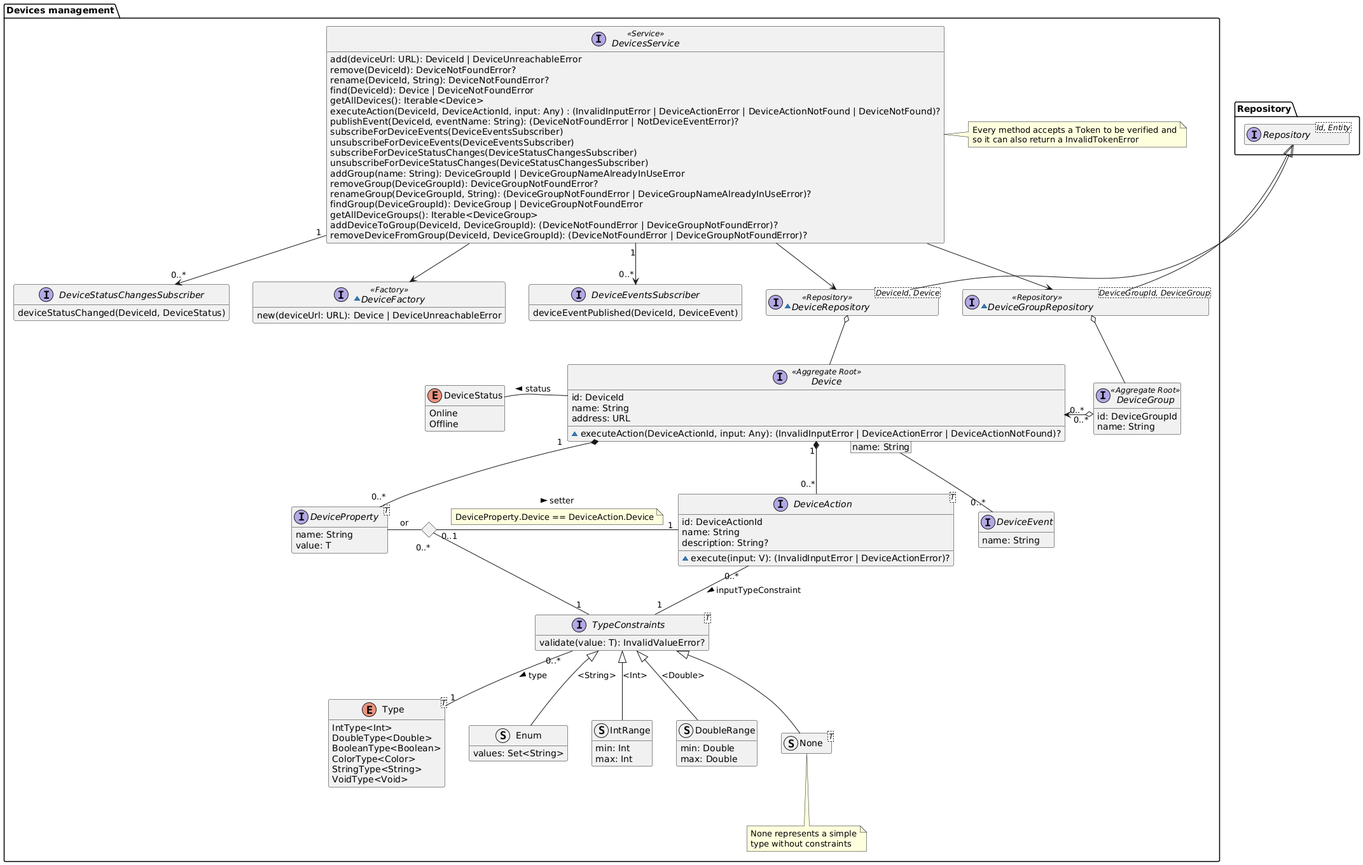
The PlantUML diagram diagrams/generated/devices-management-domain-model.png in DomoticASW/.github, before a commit.
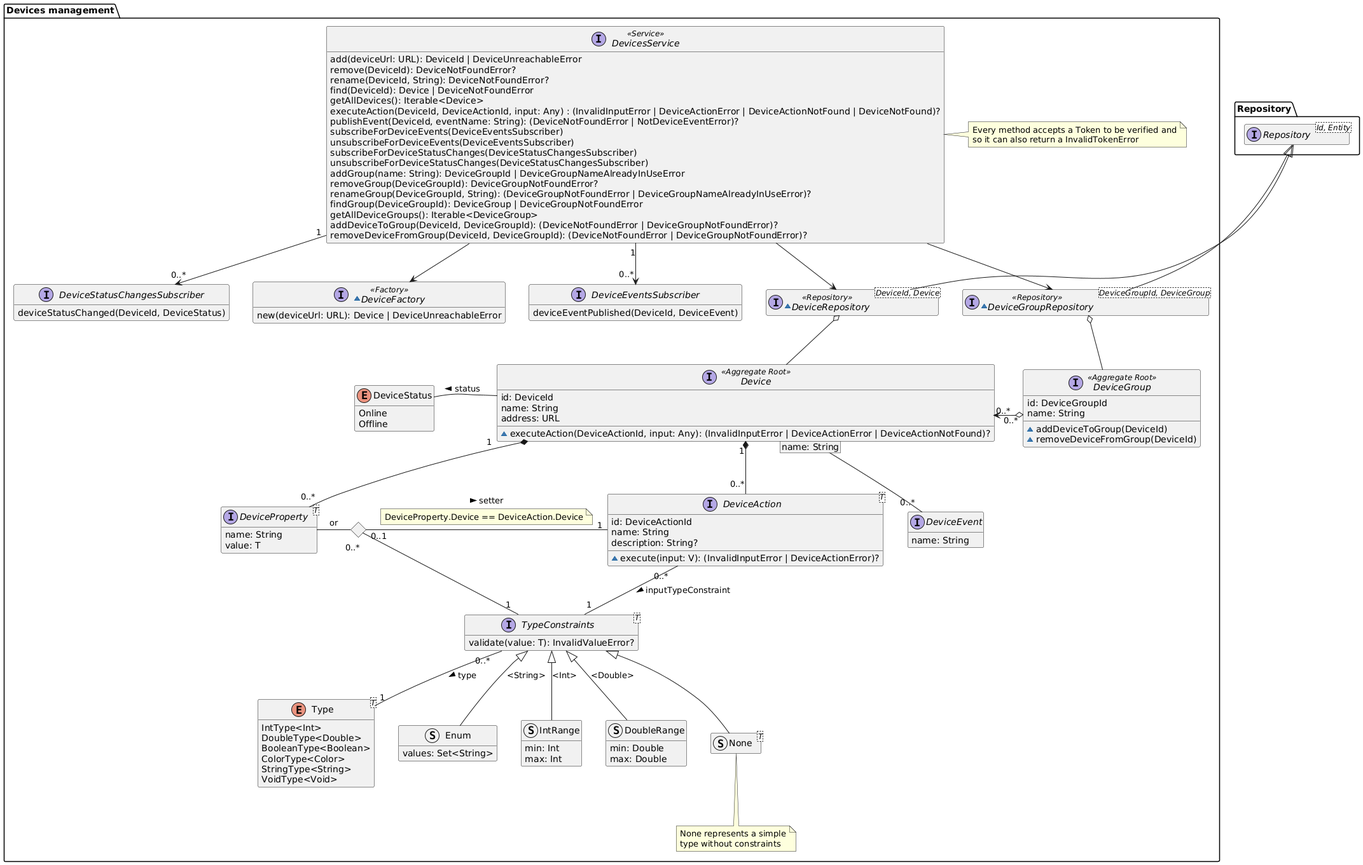
Above is the later version.

Commit message:
add methods to DeviceGroup

Diff of the diagram source:
```diff
@@ -22,6 +22,8 @@
     interface DeviceGroup <<Aggregate Root>> {
         id: DeviceGroupId
         name: String
+        ~addDeviceToGroup(DeviceId)
+        ~removeDeviceFromGroup(DeviceId)
     }
 
     enum Type<T> {
@@ -119,7 +121,7 @@
 
 
     Device -l- DeviceStatus : "status >"
-    Device "0..*"  <-r-o "0..*" DeviceGroup
+    Device "0..*   "  <--r--o "   0..*" DeviceGroup
     TypeConstraints "0..*" -- "1" Type : "type >"
     Enum -u-|> TypeConstraints : "<String>"
     IntRange -u-|> TypeConstraints : "<Int>"
```
